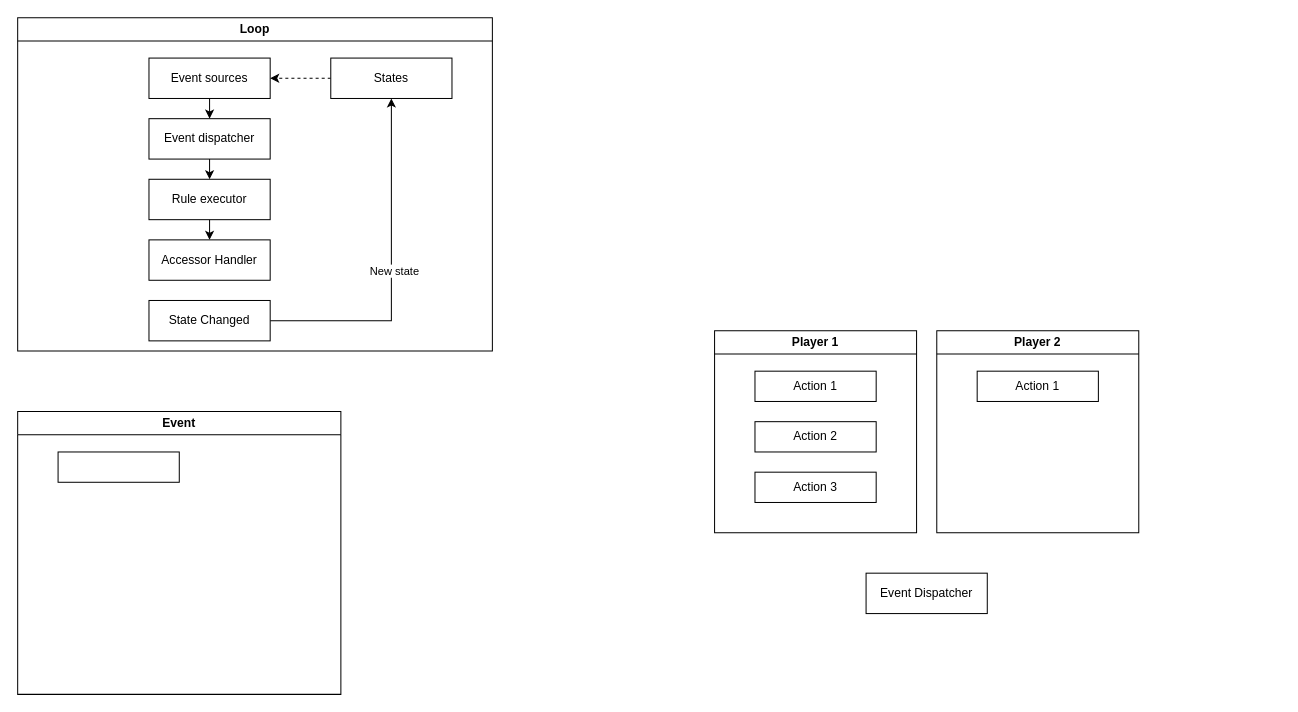
Before: architecture.drawio in InvariantTime/Munchkin, a draw.io diagram. Source tidied: cells renumbered, new cells numbered last; positions are measured from the earlier drawing's top-left corner, leaving out a move shared by most shapes. Both pictures are drawn from the tidied source at 101%, with x=0, y=0 at pixel (17, 17).
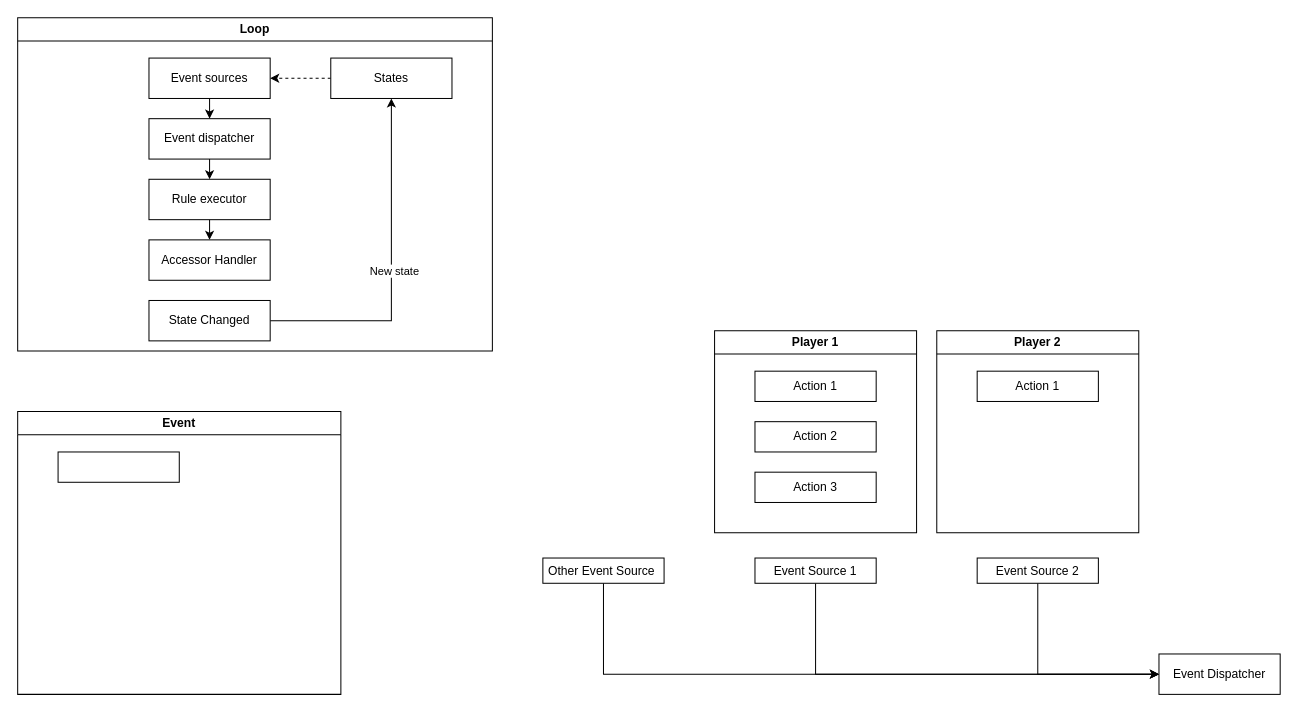
Above is the later version.

Commit message (it also covers changes not shown here):
simple support for multiple event sources

The edit, as a diff of the source:
```diff
@@
     <mxCell id="23" value="Event Dispatcher" style="rounded=0;whiteSpace=wrap;html=1;" parent="1" vertex="1">
-      <mxGeometry x="840" y="550" width="120" height="40" as="geometry" />
+      <mxGeometry x="1130" y="630" width="120" height="40" as="geometry" />
     </mxCell>
+    <mxCell id="24" style="edgeStyle=orthogonalEdgeStyle;rounded=0;jettySize=auto;html=1;exitX=0.5;exitY=1;exitDx=0;exitDy=0;entryX=0;entryY=0.5;entryDx=0;entryDy=0;" parent="1" edge="1" source="25" target="23">
+      <mxGeometry relative="1" as="geometry" />
+    </mxCell>
+    <mxCell id="25" value="Event Source 1" style="rounded=0;whiteSpace=wrap;html=1;" parent="1" vertex="1">
+      <mxGeometry x="730" y="535" width="120" height="25" as="geometry" />
+    </mxCell>
+    <mxCell id="26" style="edgeStyle=orthogonalEdgeStyle;rounded=0;jettySize=auto;html=1;exitX=0.5;exitY=1;exitDx=0;exitDy=0;entryX=0;entryY=0.5;entryDx=0;entryDy=0;" parent="1" edge="1" source="27" target="23">
+      <mxGeometry relative="1" as="geometry" />
+    </mxCell>
+    <mxCell id="27" value="Event Source 2" style="rounded=0;whiteSpace=wrap;html=1;" parent="1" vertex="1">
+      <mxGeometry x="950" y="535" width="120" height="25" as="geometry" />
+    </mxCell>
+    <mxCell id="28" style="edgeStyle=orthogonalEdgeStyle;rounded=0;jettySize=auto;html=1;exitX=0.5;exitY=1;exitDx=0;exitDy=0;entryX=0;entryY=0.5;entryDx=0;entryDy=0;" parent="1" edge="1" source="29" target="23">
+      <mxGeometry relative="1" as="geometry" />
+    </mxCell>
+    <mxCell id="29" value="O&lt;span style=&quot;background-color: transparent; color: light-dark(rgb(0, 0, 0), rgb(255, 255, 255));&quot;&gt;ther Event Source&amp;nbsp;&lt;/span&gt;" style="rounded=0;whiteSpace=wrap;html=1;" parent="1" vertex="1">
+      <mxGeometry x="520" y="535" width="120" height="25" as="geometry" />
+    </mxCell>
```
